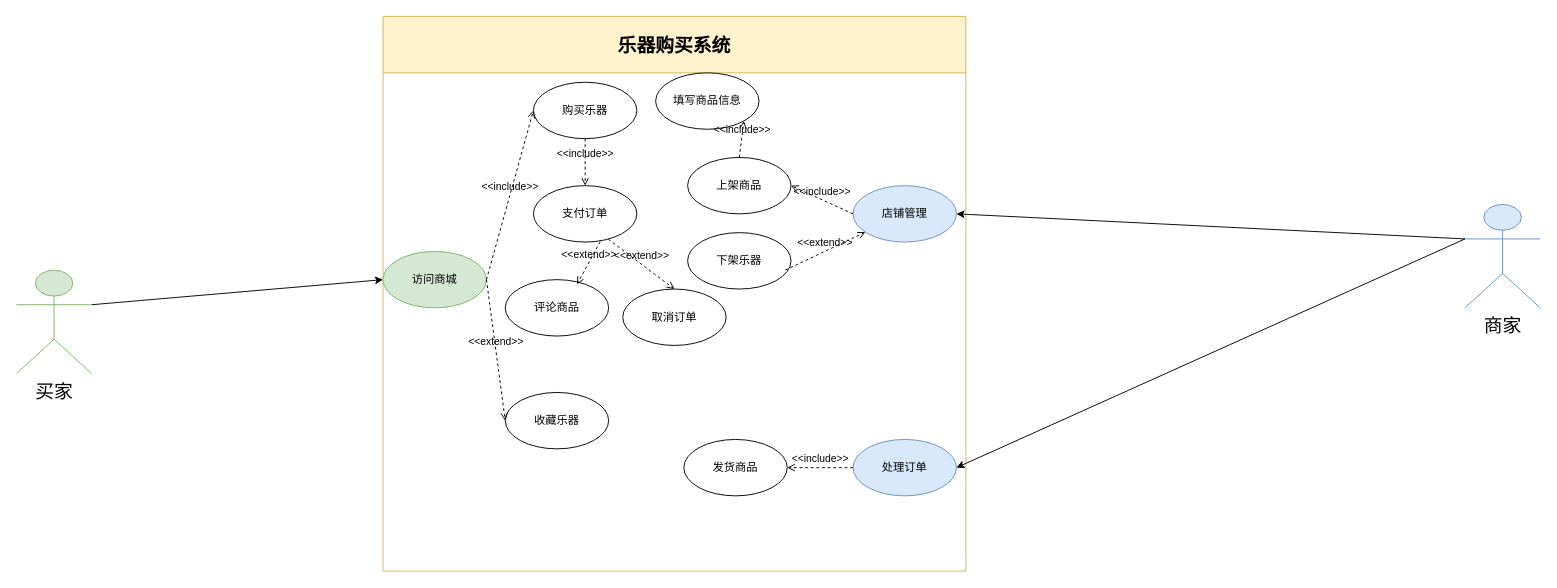
w1ntercube/TJ-SE-Design keeps this draw.io diagram as 文档/需求分析规约文档/用例图/购买系统.drawio. Above is the earlier version. Source tidied: cells renumbered, new cells numbered last; positions are measured from the earlier drawing's top-left corner, leaving out a move shared by most shapes. Both pictures are drawn from the tidied source at 94%, with x=0, y=0 at pixel (16, 16).
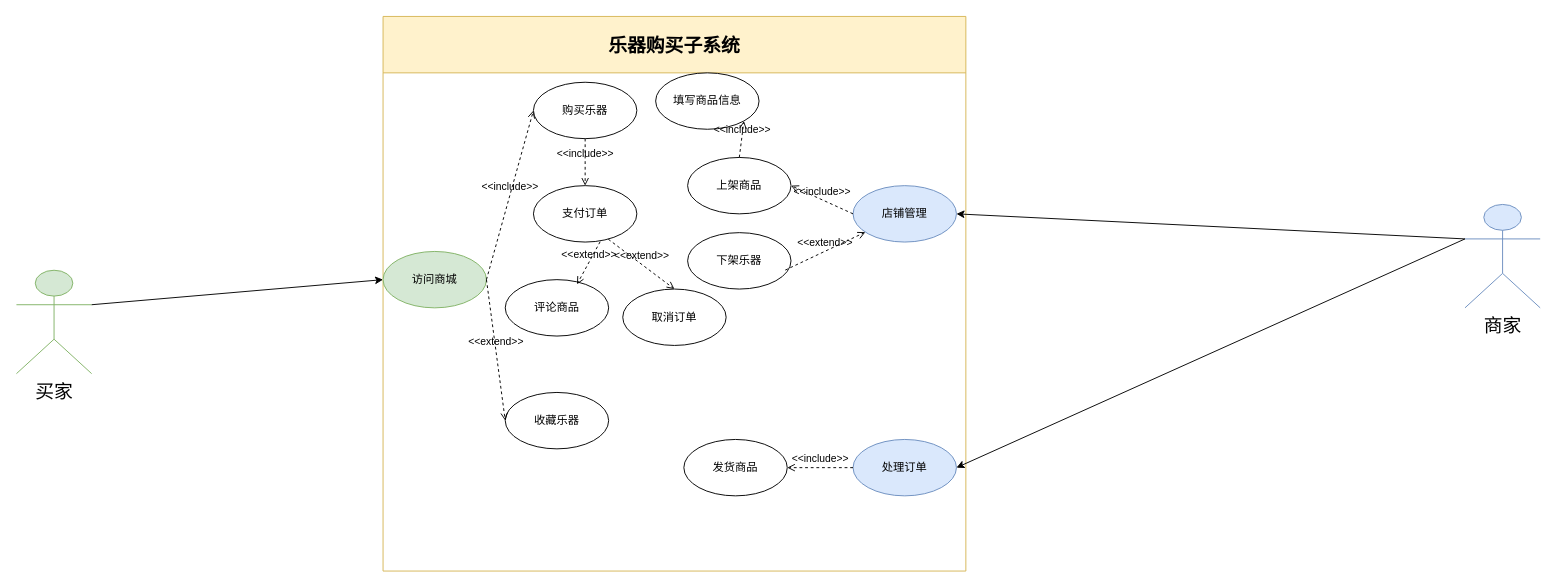
The same diagram, later.

What changed in the source:
```diff
@@
-    <mxCell id="3" value="&lt;span style=&quot;font-size: 20px;&quot;&gt;乐器购买系统&lt;/span&gt;" style="swimlane;whiteSpace=wrap;html=1;fillColor=#fff2cc;strokeColor=#d6b656;startSize=60;" parent="1" vertex="1">
+    <mxCell id="3" value="&lt;span style=&quot;font-size: 20px;&quot;&gt;乐器购买子系统&lt;/span&gt;" style="swimlane;whiteSpace=wrap;html=1;fillColor=#fff2cc;strokeColor=#d6b656;startSize=60;" parent="1" vertex="1">
       <mxGeometry x="390" width="620" height="590" as="geometry" />
     </mxCell>
```
